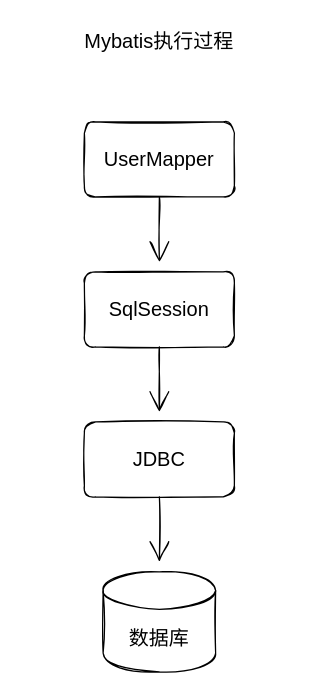
This is page "Page-1" (1 of 15) of mybatis.drawio from QirongZhang/draw.io.repo, a draw.io file, before an edit. Source tidied: cells renumbered, new cells numbered last; positions are measured from the earlier drawing's top-left corner, leaving out a move shared by most shapes. Both pictures are drawn from the tidied source at 125%, with x=0, y=0 at pixel (21, 21).
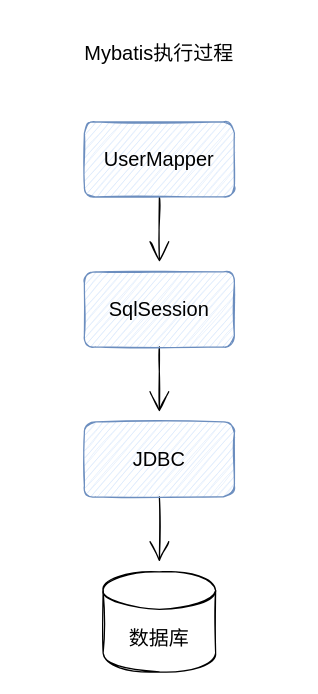
The same page after the edit.

What changed in the source:
```diff
@@
 <mxGraphModel>
   <root>
     <mxCell id="0" />
     <mxCell id="1" parent="0" />
     <mxCell id="2" style="edgeStyle=orthogonalEdgeStyle;rounded=1;sketch=1;hachureGap=4;jettySize=auto;html=1;exitX=0.5;exitY=1;exitDx=0;exitDy=0;fontFamily=Helvetica;fontSize=16;endArrow=open;startSize=14;endSize=14;sourcePerimeterSpacing=8;targetPerimeterSpacing=8;" parent="1" edge="1" source="3" target="5">
       <mxGeometry relative="1" as="geometry" />
     </mxCell>
-    <mxCell id="3" value="UserMapper" style="rounded=1;whiteSpace=wrap;html=1;sketch=1;fontFamily=Helvetica;fontSize=16;" parent="1" vertex="1">
+    <mxCell id="3" value="UserMapper" style="rounded=1;whiteSpace=wrap;html=1;sketch=1;fontFamily=Helvetica;fontSize=16;fillColor=#dae8fc;strokeColor=#6c8ebf;" parent="1" vertex="1">
       <mxGeometry x="50" y="80" width="120" height="60" as="geometry" />
     </mxCell>
     <mxCell id="4" style="edgeStyle=orthogonalEdgeStyle;rounded=1;sketch=1;hachureGap=4;jettySize=auto;html=1;exitX=0.5;exitY=1;exitDx=0;exitDy=0;fontFamily=Helvetica;fontSize=16;endArrow=open;startSize=14;endSize=14;sourcePerimeterSpacing=8;targetPerimeterSpacing=8;" parent="1" edge="1" source="5" target="7">
       <mxGeometry relative="1" as="geometry" />
     </mxCell>
-    <mxCell id="5" value="SqlSession" style="rounded=1;whiteSpace=wrap;html=1;sketch=1;hachureGap=4;fontFamily=Helvetica;fontSize=16;" parent="1" vertex="1">
+    <mxCell id="5" value="SqlSession" style="rounded=1;whiteSpace=wrap;html=1;sketch=1;hachureGap=4;fontFamily=Helvetica;fontSize=16;fillColor=#dae8fc;strokeColor=#6c8ebf;" parent="1" vertex="1">
       <mxGeometry x="50" y="200" width="120" height="60" as="geometry" />
     </mxCell>
     <mxCell id="6" style="edgeStyle=orthogonalEdgeStyle;rounded=1;sketch=1;hachureGap=4;jettySize=auto;html=1;exitX=0.5;exitY=1;exitDx=0;exitDy=0;fontFamily=Helvetica;fontSize=16;endArrow=open;startSize=14;endSize=14;sourcePerimeterSpacing=8;targetPerimeterSpacing=8;" parent="1" edge="1" source="7" target="8">
       <mxGeometry relative="1" as="geometry" />
     </mxCell>
-    <mxCell id="7" value="JDBC" style="rounded=1;whiteSpace=wrap;html=1;sketch=1;hachureGap=4;fontFamily=Helvetica;fontSize=16;glass=0;" parent="1" vertex="1">
+    <mxCell id="7" value="JDBC" style="rounded=1;whiteSpace=wrap;html=1;sketch=1;hachureGap=4;fontFamily=Helvetica;fontSize=16;glass=0;fillColor=#dae8fc;strokeColor=#6c8ebf;" parent="1" vertex="1">
       <mxGeometry x="50" y="320" width="120" height="60" as="geometry" />
     </mxCell>
     <mxCell id="8" value="数据库" style="shape=cylinder3;whiteSpace=wrap;html=1;boundedLbl=1;backgroundOutline=1;size=15;rounded=1;glass=0;sketch=1;hachureGap=4;fontFamily=Helvetica;fontSize=16;" parent="1" vertex="1">
       <mxGeometry x="65" y="440" width="90" height="80" as="geometry" />
     </mxCell>
     <mxCell id="9" value="Mybatis执行过程" style="text;html=1;strokeColor=none;fillColor=none;align=center;verticalAlign=middle;whiteSpace=wrap;rounded=0;glass=0;sketch=1;hachureGap=4;fontFamily=Helvetica;fontSize=16;" parent="1" vertex="1">
-      <mxGeometry width="220" height="30" as="geometry" />
+      <mxGeometry y="10" width="220" height="30" as="geometry" />
     </mxCell>
   </root>
 </mxGraphModel>
```
